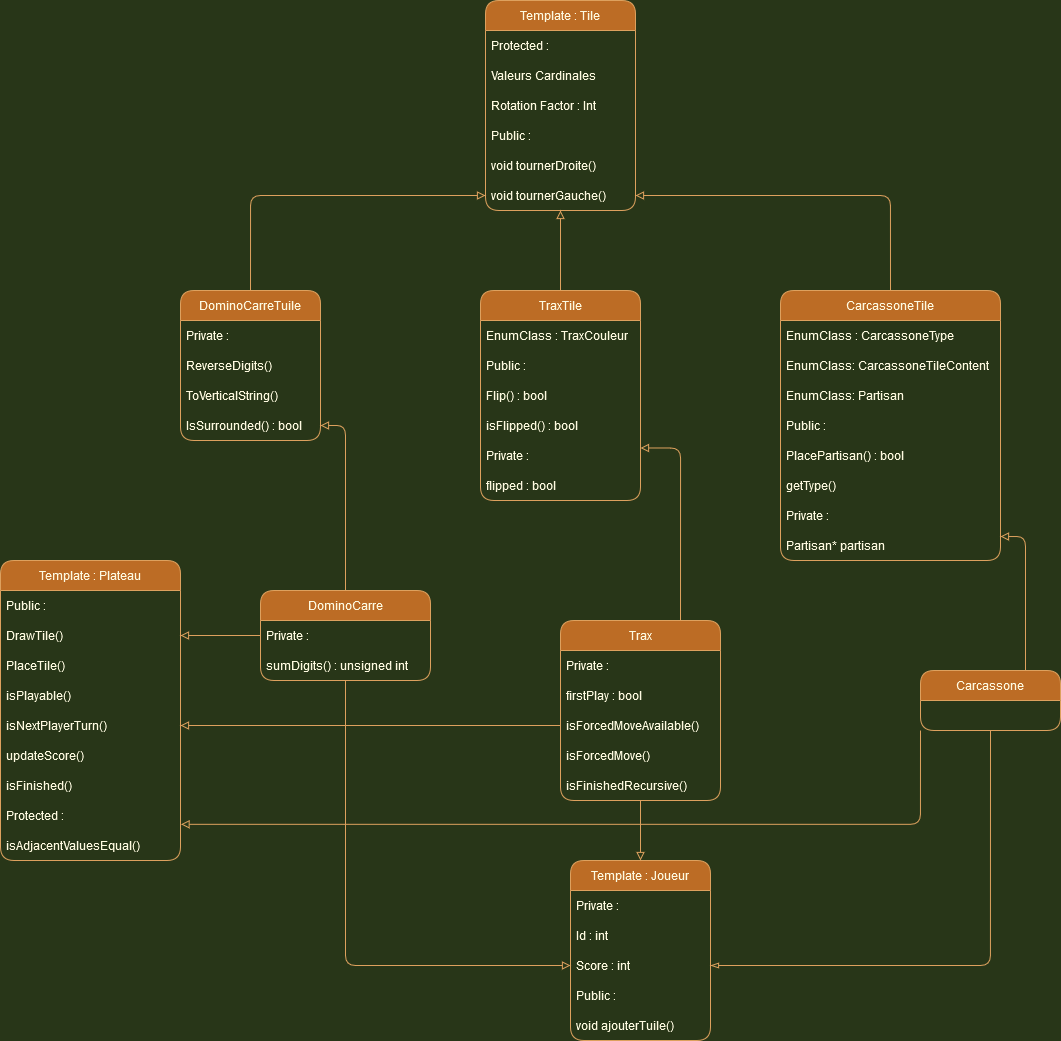
The draw.io diagram Diagramme UML Logique.png in Beshido/Projet-C--Jeux-de-plateau, before a commit. Source tidied: cells renumbered, new cells last; positions are measured from the earlier drawing's top-left corner, leaving out a move shared by most shapes.
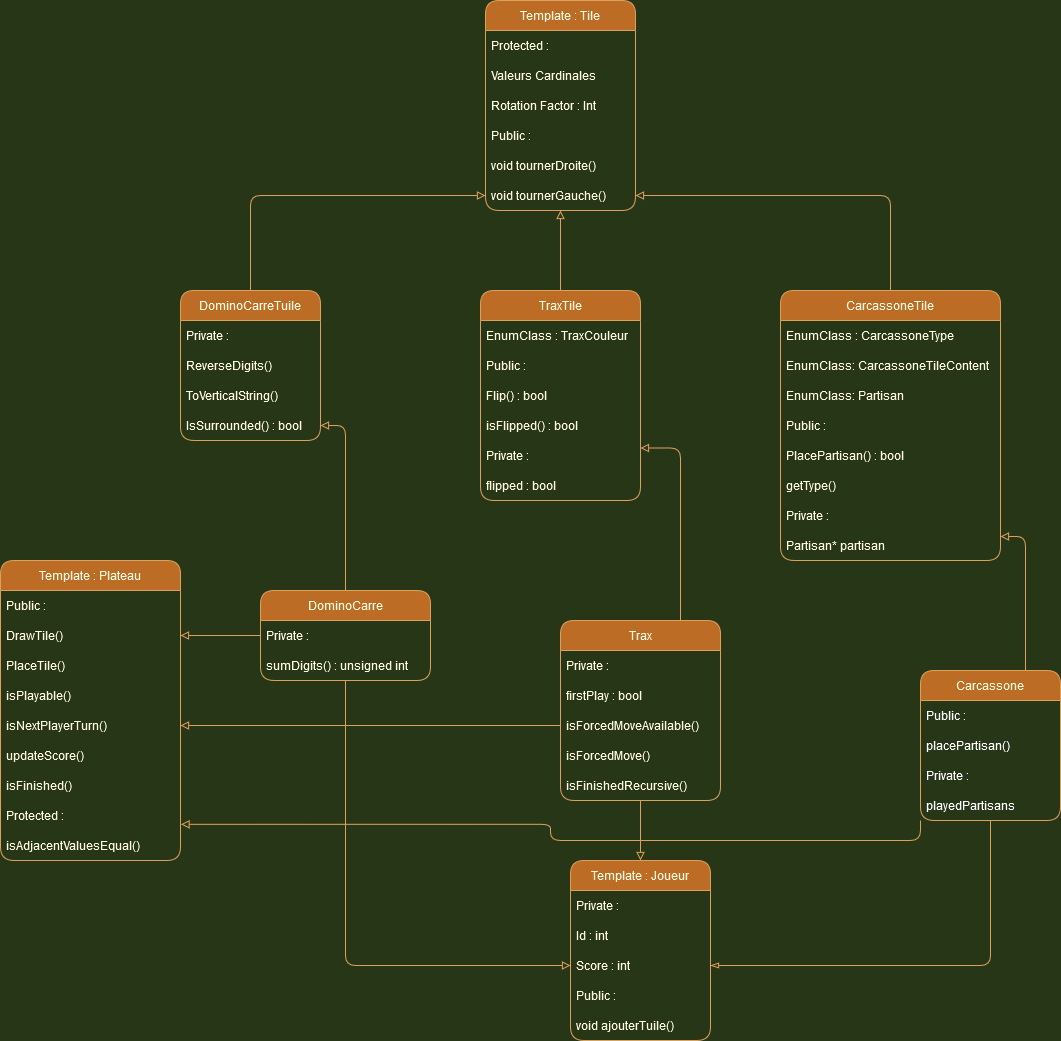
The same diagram one commit later.

What changed in the source:
```diff
@@ -192,8 +192,20 @@
       <mxGeometry relative="1" as="geometry" />
     </mxCell>
     <mxCell id="65" value="Carcassone" style="swimlane;fontStyle=0;horizontal=1;startSize=30;strokeColor=#DDA15E;fontColor=#FEFAE0;fillColor=#BC6C25;rounded=1;" parent="1" vertex="1">
-      <mxGeometry x="920" y="670" width="140" height="60" as="geometry" />
+      <mxGeometry x="920" y="670" width="140" height="150" as="geometry" />
     </mxCell>
+    <mxCell id="68" value="Public :" style="text;strokeColor=none;fillColor=none;align=left;verticalAlign=middle;spacingLeft=4;spacingRight=4;overflow=hidden;rounded=1;fontColor=#FFFFFF;" parent="65" vertex="1">
+      <mxGeometry y="30" width="140" height="30" as="geometry" />
+    </mxCell>
+    <mxCell id="69" value="placePartisan()" style="text;strokeColor=none;fillColor=none;align=left;verticalAlign=middle;spacingLeft=4;spacingRight=4;overflow=hidden;rounded=1;fontColor=#FFFFFF;" parent="65" vertex="1">
+      <mxGeometry y="60" width="140" height="30" as="geometry" />
+    </mxCell>
+    <mxCell id="70" value="Private :" style="text;strokeColor=none;fillColor=none;align=left;verticalAlign=middle;spacingLeft=4;spacingRight=4;overflow=hidden;rounded=1;fontColor=#FFFFFF;" parent="65" vertex="1">
+      <mxGeometry y="90" width="140" height="30" as="geometry" />
+    </mxCell>
+    <mxCell id="71" value="playedPartisans" style="text;strokeColor=none;fillColor=none;align=left;verticalAlign=middle;spacingLeft=4;spacingRight=4;overflow=hidden;rounded=1;fontColor=#FFFFFF;" parent="65" vertex="1">
+      <mxGeometry y="120" width="140" height="30" as="geometry" />
+    </mxCell>
     <mxCell id="66" style="edgeStyle=orthogonalEdgeStyle;jettySize=auto;html=1;exitX=0;exitY=0.5;exitDx=0;exitDy=0;entryX=1;entryY=0.5;entryDx=0;entryDy=0;strokeColor=#DDA15E;endArrow=block;endFill=0;" parent="1" edge="1" source="52" target="41">
       <mxGeometry relative="1" as="geometry" />
     </mxCell>
```
